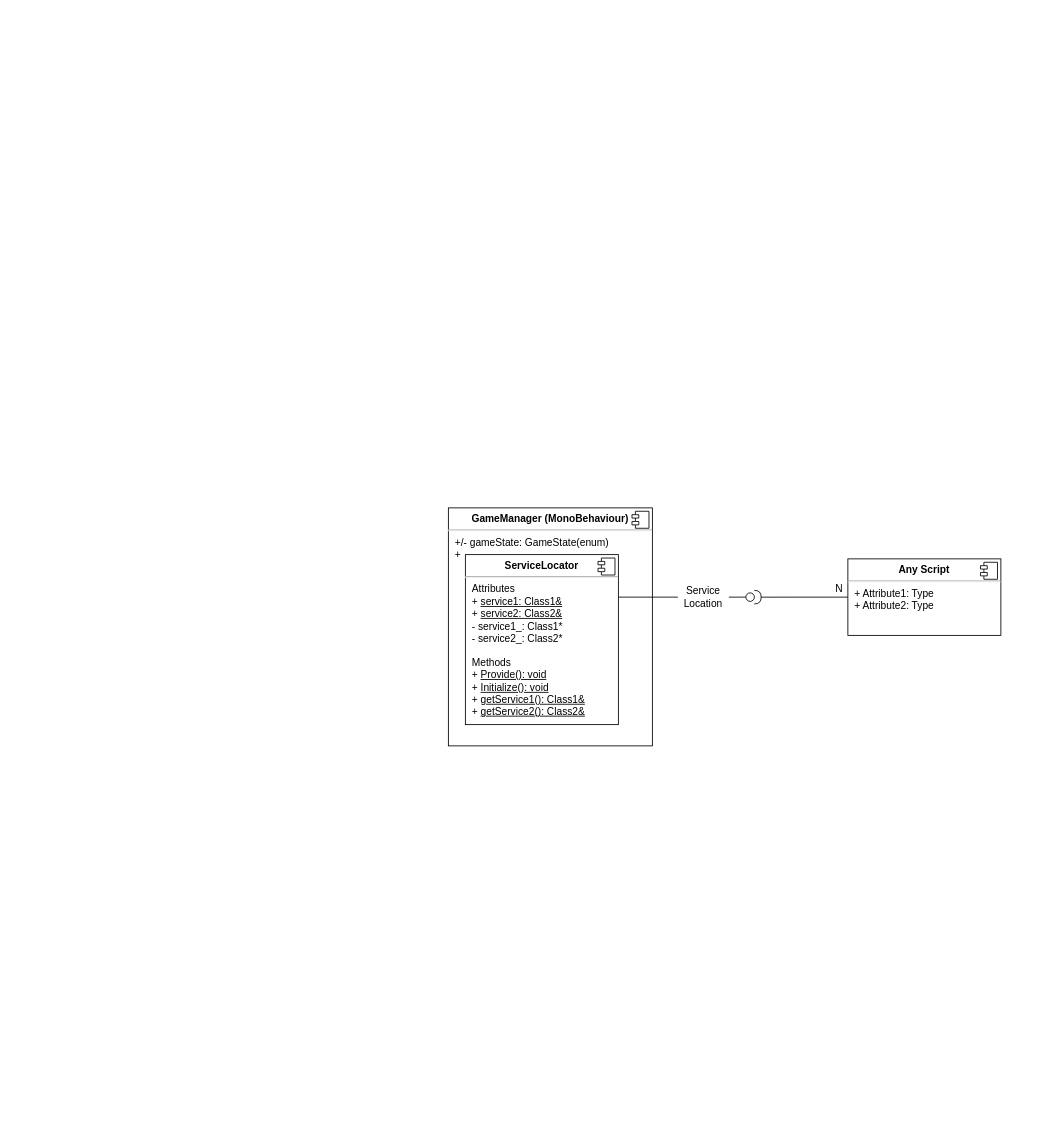
Ulibomber1/Middlespace-Survivor keeps this draw.io diagram as Documentation files/Service Locator Architecture.drawio. Above is the earlier version. Source tidied: cells renumbered, new cells numbered last; positions are measured from the earlier drawing's top-left corner, leaving out a move shared by most shapes. Both pictures are drawn from the tidied source at 85%, with x=0, y=0 at pixel (448, 507).
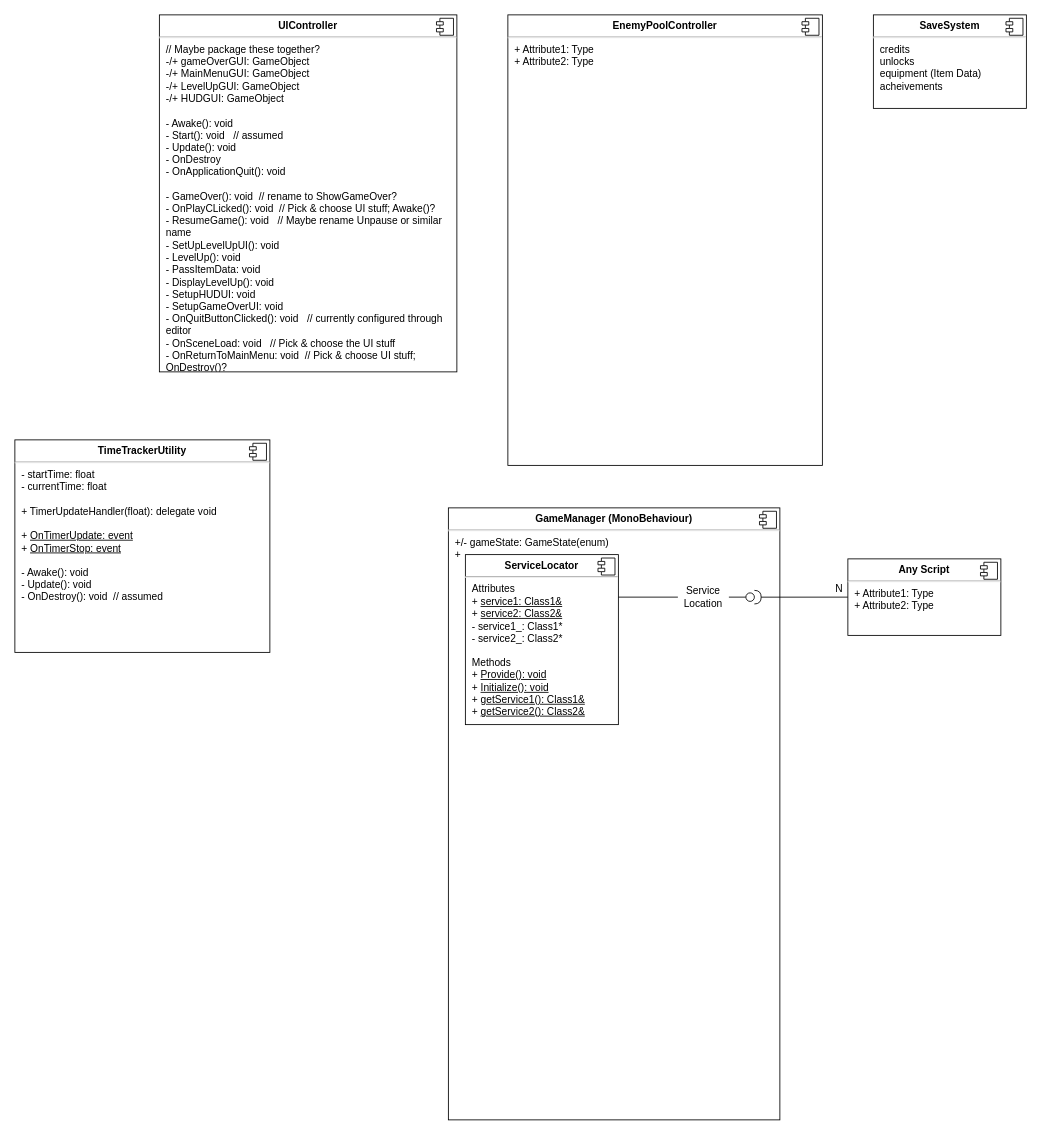
The same diagram, later.

Commit message (it also covers changes not shown here):
Architecture Concept Pass

Diff of the diagram source:
```diff
@@
-    <mxCell id="2" value="&lt;p style=&quot;margin:0px;margin-top:6px;text-align:center;&quot;&gt;&lt;b&gt;GameManager (MonoBehaviour)&lt;/b&gt;&lt;/p&gt;&lt;hr&gt;&lt;p style=&quot;margin:0px;margin-left:8px;&quot;&gt;+/- gameState: GameState(enum)&lt;br&gt;+&amp;nbsp;&lt;/p&gt;" style="align=left;overflow=fill;html=1;whiteSpace=wrap;" parent="1" vertex="1">
-      <mxGeometry width="240" height="280" as="geometry" />
+    <mxCell id="2" value="&lt;p style=&quot;margin:0px;margin-top:6px;text-align:center;&quot;&gt;&lt;b&gt;GameManager (MonoBehaviour)&lt;/b&gt;&lt;/p&gt;&lt;hr&gt;&lt;p style=&quot;margin:0px;margin-left:8px;&quot;&gt;+/- gameState: GameState(enum)&lt;br&gt;+&amp;nbsp;&lt;/p&gt;&lt;p style=&quot;margin:0px;margin-left:8px;&quot;&gt;&lt;br&gt;&lt;/p&gt;&lt;p style=&quot;margin:0px;margin-left:8px;&quot;&gt;&lt;br&gt;&lt;/p&gt;&lt;p style=&quot;margin:0px;margin-left:8px;&quot;&gt;&lt;br&gt;&lt;/p&gt;&lt;p style=&quot;margin:0px;margin-left:8px;&quot;&gt;&lt;br&gt;&lt;/p&gt;&lt;p style=&quot;margin:0px;margin-left:8px;&quot;&gt;&lt;br&gt;&lt;/p&gt;&lt;p style=&quot;margin:0px;margin-left:8px;&quot;&gt;&lt;br&gt;&lt;/p&gt;&lt;p style=&quot;margin:0px;margin-left:8px;&quot;&gt;&lt;br&gt;&lt;/p&gt;&lt;p style=&quot;margin:0px;margin-left:8px;&quot;&gt;&lt;br&gt;&lt;/p&gt;&lt;p style=&quot;margin:0px;margin-left:8px;&quot;&gt;&lt;br&gt;&lt;/p&gt;&lt;p style=&quot;margin:0px;margin-left:8px;&quot;&gt;&lt;br&gt;&lt;/p&gt;&lt;p style=&quot;margin:0px;margin-left:8px;&quot;&gt;&lt;br&gt;&lt;/p&gt;&lt;p style=&quot;margin:0px;margin-left:8px;&quot;&gt;&lt;br&gt;&lt;/p&gt;&lt;p style=&quot;margin:0px;margin-left:8px;&quot;&gt;&lt;br&gt;&lt;/p&gt;&lt;p style=&quot;margin:0px;margin-left:8px;&quot;&gt;&lt;br&gt;&lt;/p&gt;&lt;p style=&quot;margin:0px;margin-left:8px;&quot;&gt;&lt;br&gt;&lt;/p&gt;" style="align=left;overflow=fill;html=1;whiteSpace=wrap;" parent="1" vertex="1">
+      <mxGeometry width="390" height="720" as="geometry" />
     </mxCell>
@@
+    <mxCell id="14" value="&lt;p style=&quot;margin:0px;margin-top:6px;text-align:center;&quot;&gt;&lt;b&gt;UIController&lt;/b&gt;&lt;/p&gt;&lt;hr&gt;&lt;p style=&quot;margin:0px;margin-left:8px;&quot;&gt;// Maybe package these together?&lt;/p&gt;&lt;p style=&quot;margin:0px;margin-left:8px;&quot;&gt;-/+ gameOverGUI: GameObject&lt;br&gt;-/+ MainMenuGUI: GameObject&lt;/p&gt;&lt;p style=&quot;margin:0px;margin-left:8px;&quot;&gt;-/+ LevelUpGUI: GameObject&lt;/p&gt;&lt;p style=&quot;margin:0px;margin-left:8px;&quot;&gt;-/+ HUDGUI: GameObject&amp;nbsp;&amp;nbsp;&lt;/p&gt;&lt;p style=&quot;margin:0px;margin-left:8px;&quot;&gt;&lt;br&gt;&lt;/p&gt;&lt;p style=&quot;margin:0px;margin-left:8px;&quot;&gt;- Awake(): void&lt;/p&gt;&lt;p style=&quot;margin:0px;margin-left:8px;&quot;&gt;- Start(): void&amp;nbsp; &amp;nbsp;// assumed&lt;/p&gt;&lt;p style=&quot;margin:0px;margin-left:8px;&quot;&gt;- Update(): void&lt;/p&gt;&lt;p style=&quot;margin:0px;margin-left:8px;&quot;&gt;- OnDestroy&lt;/p&gt;&lt;p style=&quot;margin:0px;margin-left:8px;&quot;&gt;- OnApplicationQuit(): void&lt;/p&gt;&lt;p style=&quot;margin:0px;margin-left:8px;&quot;&gt;&lt;br&gt;&lt;/p&gt;&lt;p style=&quot;margin:0px;margin-left:8px;&quot;&gt;- GameOver(): void&amp;nbsp; // rename to ShowGameOver?&lt;/p&gt;&lt;p style=&quot;margin:0px;margin-left:8px;&quot;&gt;- OnPlayCLicked(): void&amp;nbsp; // Pick &amp;amp; choose UI stuff; Awake()?&lt;/p&gt;&lt;p style=&quot;margin:0px;margin-left:8px;&quot;&gt;- ResumeGame(): void&amp;nbsp; &amp;nbsp;// Maybe rename Unpause or similar name&lt;/p&gt;&lt;p style=&quot;margin:0px;margin-left:8px;&quot;&gt;- SetUpLevelUpUI(): void&lt;/p&gt;&lt;p style=&quot;margin:0px;margin-left:8px;&quot;&gt;- LevelUp(): void&lt;/p&gt;&lt;p style=&quot;margin:0px;margin-left:8px;&quot;&gt;- PassItemData: void&lt;/p&gt;&lt;p style=&quot;margin:0px;margin-left:8px;&quot;&gt;- DisplayLevelUp(): void&lt;/p&gt;&lt;p style=&quot;margin:0px;margin-left:8px;&quot;&gt;- SetupHUDUI: void&lt;/p&gt;&lt;p style=&quot;margin:0px;margin-left:8px;&quot;&gt;- SetupGameOverUI: void&lt;/p&gt;&lt;p style=&quot;margin:0px;margin-left:8px;&quot;&gt;- OnQuitButtonClicked(): void&amp;nbsp; &amp;nbsp;// currently configured through editor&lt;/p&gt;&lt;p style=&quot;margin:0px;margin-left:8px;&quot;&gt;- OnSceneLoad: void&amp;nbsp; &amp;nbsp;// Pick &amp;amp; choose the UI stuff&lt;/p&gt;&lt;p style=&quot;margin:0px;margin-left:8px;&quot;&gt;- OnReturnToMainMenu: void&amp;nbsp; // Pick &amp;amp; choose UI stuff; OnDestroy()?&lt;/p&gt;" style="align=left;overflow=fill;html=1;whiteSpace=wrap;" parent="1" vertex="1">
+      <mxGeometry x="-340" y="-580" width="350" height="420" as="geometry" />
+    </mxCell>
+    <mxCell id="15" style="shape=component;jettyWidth=8;jettyHeight=4;" parent="14" vertex="1">
+      <mxGeometry x="1" width="20" height="20" relative="1" as="geometry">
+        <mxPoint x="-24" y="4" as="offset" />
+      </mxGeometry>
+    </mxCell>
+    <mxCell id="16" value="&lt;p style=&quot;margin:0px;margin-top:6px;text-align:center;&quot;&gt;&lt;b&gt;TimeTrackerUtility&lt;/b&gt;&lt;/p&gt;&lt;hr&gt;&lt;p style=&quot;margin:0px;margin-left:8px;&quot;&gt;- startTime: float&lt;br&gt;- currentTime: float&lt;/p&gt;&lt;p style=&quot;margin:0px;margin-left:8px;&quot;&gt;&lt;br&gt;&lt;/p&gt;&lt;p style=&quot;margin:0px;margin-left:8px;&quot;&gt;+ TimerUpdateHandler(float): delegate void&lt;/p&gt;&lt;p style=&quot;margin:0px;margin-left:8px;&quot;&gt;&lt;br&gt;&lt;/p&gt;&lt;p style=&quot;margin:0px;margin-left:8px;&quot;&gt;+ &lt;u&gt;OnTimerUpdate: event&lt;/u&gt;&lt;/p&gt;&lt;p style=&quot;margin:0px;margin-left:8px;&quot;&gt;+&amp;nbsp;&lt;u&gt;OnTimerStop: event&lt;/u&gt;&lt;u&gt;&lt;br&gt;&lt;/u&gt;&lt;/p&gt;&lt;p style=&quot;margin:0px;margin-left:8px;&quot;&gt;&lt;u&gt;&lt;br&gt;&lt;/u&gt;&lt;/p&gt;&lt;p style=&quot;margin:0px;margin-left:8px;&quot;&gt;- Awake(): void&lt;/p&gt;&lt;p style=&quot;margin:0px;margin-left:8px;&quot;&gt;- Update(): void&amp;nbsp;&lt;/p&gt;&lt;p style=&quot;margin:0px;margin-left:8px;&quot;&gt;- OnDestroy(): void&amp;nbsp; // assumed&lt;/p&gt;" style="align=left;overflow=fill;html=1;whiteSpace=wrap;" parent="1" vertex="1">
+      <mxGeometry x="-510" y="-80" width="300" height="250" as="geometry" />
+    </mxCell>
+    <mxCell id="17" style="shape=component;jettyWidth=8;jettyHeight=4;" parent="16" vertex="1">
+      <mxGeometry x="1" width="20" height="20" relative="1" as="geometry">
+        <mxPoint x="-24" y="4" as="offset" />
+      </mxGeometry>
+    </mxCell>
+    <mxCell id="18" value="&lt;p style=&quot;margin:0px;margin-top:6px;text-align:center;&quot;&gt;&lt;b&gt;EnemyPoolController&lt;/b&gt;&lt;/p&gt;&lt;hr&gt;&lt;p style=&quot;margin:0px;margin-left:8px;&quot;&gt;+ Attribute1: Type&lt;br&gt;+ Attribute2: Type&lt;/p&gt;" style="align=left;overflow=fill;html=1;whiteSpace=wrap;" parent="1" vertex="1">
+      <mxGeometry x="70" y="-580" width="370" height="530" as="geometry" />
+    </mxCell>
+    <mxCell id="19" style="shape=component;jettyWidth=8;jettyHeight=4;" parent="18" vertex="1">
+      <mxGeometry x="1" width="20" height="20" relative="1" as="geometry">
+        <mxPoint x="-24" y="4" as="offset" />
+      </mxGeometry>
+    </mxCell>
+    <mxCell id="20" value="&lt;p style=&quot;margin:0px;margin-top:6px;text-align:center;&quot;&gt;&lt;b&gt;SaveSystem&lt;/b&gt;&lt;/p&gt;&lt;hr&gt;&lt;p style=&quot;margin:0px;margin-left:8px;&quot;&gt;credits&lt;/p&gt;&lt;p style=&quot;margin:0px;margin-left:8px;&quot;&gt;unlocks&lt;/p&gt;&lt;p style=&quot;margin:0px;margin-left:8px;&quot;&gt;equipment (Item Data)&lt;/p&gt;&lt;p style=&quot;margin:0px;margin-left:8px;&quot;&gt;acheivements&lt;/p&gt;&lt;p style=&quot;margin:0px;margin-left:8px;&quot;&gt;&lt;br&gt;&lt;/p&gt;" style="align=left;overflow=fill;html=1;whiteSpace=wrap;" parent="1" vertex="1">
+      <mxGeometry x="500" y="-580" width="180" height="110" as="geometry" />
+    </mxCell>
+    <mxCell id="21" style="shape=component;jettyWidth=8;jettyHeight=4;" parent="20" vertex="1">
+      <mxGeometry x="1" width="20" height="20" relative="1" as="geometry">
+        <mxPoint x="-24" y="4" as="offset" />
+      </mxGeometry>
+    </mxCell>
```
